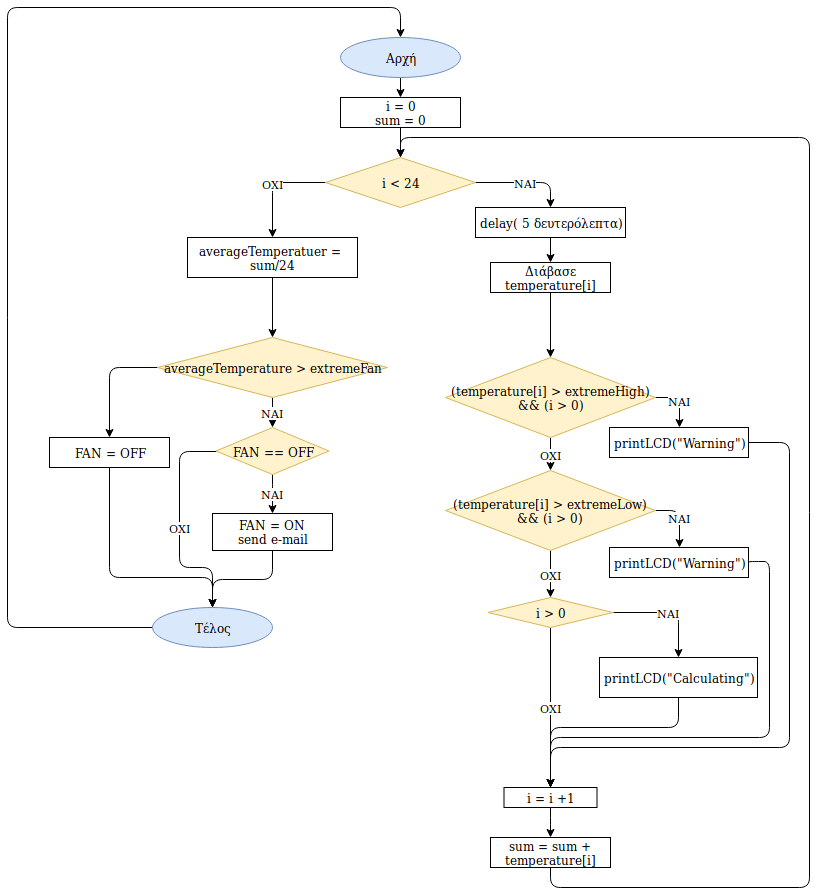
akdimitri/Microprocessors-and-Peripherals-Arduino-Project keeps this draw.io diagram as draw.io/thermostat-Wifi.png. Above is the earlier version. Source tidied: cells renumbered, new cells last; positions are measured from the earlier drawing's top-left corner, leaving out a move shared by most shapes. The source it was exported from:
```xml
<mxGraphModel>
  <root>
    <mxCell id="0" />
    <mxCell id="1" parent="0" />
    <mxCell id="2" value="i = 0&lt;br&gt;sum = 0&lt;br&gt;" style="rounded=0;whiteSpace=wrap;html=1;" parent="1" vertex="1">
      <mxGeometry x="333" y="90" width="120" height="30" as="geometry" />
    </mxCell>
    <mxCell id="3" value="NAI" style="edgeStyle=orthogonalEdgeStyle;rounded=1;jettySize=auto;html=1;exitX=1;exitY=0.5;exitDx=0;exitDy=0;entryX=0.5;entryY=0;entryDx=0;entryDy=0;" parent="1" edge="1" source="5" target="7">
      <mxGeometry relative="1" as="geometry" />
    </mxCell>
    <mxCell id="4" value="OXI" style="edgeStyle=orthogonalEdgeStyle;rounded=1;jettySize=auto;html=1;exitX=0;exitY=0.5;exitDx=0;exitDy=0;entryX=0.5;entryY=0;entryDx=0;entryDy=0;" parent="1" edge="1" source="5" target="16">
      <mxGeometry relative="1" as="geometry" />
    </mxCell>
    <mxCell id="5" value="i &amp;lt; 24" style="rhombus;whiteSpace=wrap;html=1;fillColor=#fff2cc;strokeColor=#d6b656;" parent="1" vertex="1">
      <mxGeometry x="318" y="150" width="150" height="50" as="geometry" />
    </mxCell>
    <mxCell id="6" style="endArrow=classic;html=1;exitX=0.5;exitY=1;exitDx=0;exitDy=0;entryX=0.5;entryY=0;entryDx=0;entryDy=0;" parent="1" edge="1" source="2" target="5">
      <mxGeometry relative="1" as="geometry" />
    </mxCell>
    <mxCell id="7" value="delay( 5 δευτερόλεπτα)" style="rounded=0;whiteSpace=wrap;html=1;" parent="1" vertex="1">
      <mxGeometry x="468" y="200" width="150" height="30" as="geometry" />
    </mxCell>
    <mxCell id="8" style="edgeStyle=orthogonalEdgeStyle;rounded=0;jettySize=auto;html=1;exitX=0.5;exitY=1;exitDx=0;exitDy=0;entryX=0.5;entryY=0;entryDx=0;entryDy=0;" parent="1" edge="1" source="9" target="24">
      <mxGeometry relative="1" as="geometry" />
    </mxCell>
    <mxCell id="9" value="Διάβασε temperature[i]" style="rounded=0;whiteSpace=wrap;html=1;" parent="1" vertex="1">
      <mxGeometry x="483" y="255" width="120" height="30" as="geometry" />
    </mxCell>
    <mxCell id="10" style="endArrow=classic;html=1;exitX=0.5;exitY=1;exitDx=0;exitDy=0;entryX=0.5;entryY=0;entryDx=0;entryDy=0;" parent="1" edge="1" source="7" target="9">
      <mxGeometry relative="1" as="geometry" />
    </mxCell>
    <mxCell id="11" style="edgeStyle=orthogonalEdgeStyle;rounded=0;orthogonalLoop=1;jettySize=auto;html=1;exitX=0.5;exitY=1;exitDx=0;exitDy=0;" parent="1" edge="1" source="9" target="9">
      <mxGeometry relative="1" as="geometry" />
    </mxCell>
    <mxCell id="12" style="edgeStyle=orthogonalEdgeStyle;rounded=1;jettySize=auto;html=1;exitX=0.5;exitY=1;exitDx=0;exitDy=0;" parent="1" edge="1" source="13" target="40">
      <mxGeometry relative="1" as="geometry" />
    </mxCell>
    <mxCell id="13" value="i = i +1" style="rounded=0;whiteSpace=wrap;html=1;" parent="1" vertex="1">
      <mxGeometry x="496.5" y="780" width="93" height="20" as="geometry" />
    </mxCell>
    <mxCell id="14" style="edgeStyle=orthogonalEdgeStyle;rounded=0;orthogonalLoop=1;jettySize=auto;html=1;exitX=0.5;exitY=1;exitDx=0;exitDy=0;" parent="1" edge="1">
      <mxGeometry relative="1" as="geometry">
        <mxPoint x="258" y="330" as="sourcePoint" />
        <mxPoint x="258" y="330" as="targetPoint" />
      </mxGeometry>
    </mxCell>
    <mxCell id="15" style="edgeStyle=orthogonalEdgeStyle;rounded=1;jettySize=auto;html=1;exitX=0.5;exitY=1;exitDx=0;exitDy=0;" parent="1" edge="1" source="16" target="19">
      <mxGeometry relative="1" as="geometry" />
    </mxCell>
    <mxCell id="16" value="averageTemperatuer =&amp;nbsp; sum/24" style="rounded=0;whiteSpace=wrap;html=1;" parent="1" vertex="1">
      <mxGeometry x="180" y="230" width="170" height="40" as="geometry" />
    </mxCell>
    <mxCell id="17" value="ΝΑΙ" style="edgeStyle=orthogonalEdgeStyle;rounded=1;jettySize=auto;html=1;exitX=0.5;exitY=1;exitDx=0;exitDy=0;" parent="1" edge="1" source="19" target="43">
      <mxGeometry relative="1" as="geometry" />
    </mxCell>
    <mxCell id="18" style="edgeStyle=orthogonalEdgeStyle;rounded=1;jettySize=auto;html=1;exitX=0;exitY=0.5;exitDx=0;exitDy=0;" parent="1" edge="1" source="19" target="47">
      <mxGeometry relative="1" as="geometry" />
    </mxCell>
    <mxCell id="19" value="averageTemperature &amp;gt; extremeFan" style="rhombus;whiteSpace=wrap;html=1;fillColor=#fff2cc;strokeColor=#d6b656;" parent="1" vertex="1">
      <mxGeometry x="150" y="330" width="230" height="60" as="geometry" />
    </mxCell>
    <mxCell id="20" style="edgeStyle=orthogonalEdgeStyle;rounded=1;jettySize=auto;html=1;exitX=0.5;exitY=1;exitDx=0;exitDy=0;entryX=0.5;entryY=0;entryDx=0;entryDy=0;" parent="1" edge="1" source="21" target="2">
      <mxGeometry relative="1" as="geometry" />
    </mxCell>
    <mxCell id="21" value="Αρχή" style="ellipse;whiteSpace=wrap;html=1;fillColor=#dae8fc;strokeColor=#6c8ebf;" parent="1" vertex="1">
      <mxGeometry x="333" y="30" width="120" height="40" as="geometry" />
    </mxCell>
    <mxCell id="22" value="NAI" style="edgeStyle=orthogonalEdgeStyle;rounded=1;jettySize=auto;html=1;exitX=1;exitY=0.5;exitDx=0;exitDy=0;entryX=0.5;entryY=0;entryDx=0;entryDy=0;" parent="1" edge="1" source="24" target="26">
      <mxGeometry relative="1" as="geometry" />
    </mxCell>
    <mxCell id="23" value="OXI" style="edgeStyle=orthogonalEdgeStyle;rounded=0;jettySize=auto;html=1;exitX=0.5;exitY=1;exitDx=0;exitDy=0;entryX=0.5;entryY=0;entryDx=0;entryDy=0;" parent="1" edge="1" source="24" target="36">
      <mxGeometry relative="1" as="geometry" />
    </mxCell>
    <mxCell id="24" value="(temperature[i] &amp;gt; extremeHigh)&lt;br&gt;&amp;amp;&amp;amp; (i &amp;gt; 0)" style="rhombus;whiteSpace=wrap;html=1;fillColor=#fff2cc;strokeColor=#d6b656;" parent="1" vertex="1">
      <mxGeometry x="438" y="350" width="210" height="80" as="geometry" />
    </mxCell>
    <mxCell id="25" style="edgeStyle=orthogonalEdgeStyle;rounded=1;jettySize=auto;html=1;exitX=1;exitY=0.5;exitDx=0;exitDy=0;entryX=0.5;entryY=0;entryDx=0;entryDy=0;" parent="1" edge="1" source="26" target="13">
      <mxGeometry relative="1" as="geometry">
        <Array as="points">
          <mxPoint x="782" y="435" />
          <mxPoint x="782" y="740" />
          <mxPoint x="543" y="740" />
        </Array>
      </mxGeometry>
    </mxCell>
    <mxCell id="26" value="printLCD(&quot;Warning&quot;)" style="rounded=0;whiteSpace=wrap;html=1;" parent="1" vertex="1">
      <mxGeometry x="602" y="420" width="139" height="30" as="geometry" />
    </mxCell>
    <mxCell id="27" style="edgeStyle=orthogonalEdgeStyle;rounded=1;jettySize=auto;html=1;exitX=1;exitY=0.5;exitDx=0;exitDy=0;entryX=0.5;entryY=0;entryDx=0;entryDy=0;" parent="1" edge="1" source="28" target="13">
      <mxGeometry relative="1" as="geometry">
        <Array as="points">
          <mxPoint x="762" y="554" />
          <mxPoint x="762" y="730" />
          <mxPoint x="543" y="730" />
        </Array>
      </mxGeometry>
    </mxCell>
    <mxCell id="28" value="printLCD(&quot;Warning&quot;)" style="rounded=0;whiteSpace=wrap;html=1;" parent="1" vertex="1">
      <mxGeometry x="602" y="540" width="139" height="30" as="geometry" />
    </mxCell>
    <mxCell id="29" value="OXI" style="edgeStyle=orthogonalEdgeStyle;rounded=1;jettySize=auto;html=1;exitX=0.5;exitY=1;exitDx=0;exitDy=0;entryX=0.5;entryY=0;entryDx=0;entryDy=0;" parent="1" edge="1" source="31" target="13">
      <mxGeometry relative="1" as="geometry" />
    </mxCell>
    <mxCell id="30" value="NAI" style="edgeStyle=orthogonalEdgeStyle;rounded=1;jettySize=auto;html=1;exitX=1;exitY=0.5;exitDx=0;exitDy=0;entryX=0.5;entryY=0;entryDx=0;entryDy=0;" parent="1" edge="1" source="31" target="38">
      <mxGeometry relative="1" as="geometry" />
    </mxCell>
    <mxCell id="31" value="i &amp;gt; 0" style="rhombus;whiteSpace=wrap;html=1;fillColor=#fff2cc;strokeColor=#d6b656;" parent="1" vertex="1">
      <mxGeometry x="480.5" y="590" width="125" height="30" as="geometry" />
    </mxCell>
    <mxCell id="32" style="edgeStyle=orthogonalEdgeStyle;rounded=1;jettySize=auto;html=1;exitX=0;exitY=0.5;exitDx=0;exitDy=0;entryX=0.5;entryY=0;entryDx=0;entryDy=0;" parent="1" edge="1" source="33" target="21">
      <mxGeometry relative="1" as="geometry">
        <Array as="points">
          <mxPoint y="620" />
          <mxPoint />
          <mxPoint x="393" />
        </Array>
      </mxGeometry>
    </mxCell>
    <mxCell id="33" value="Τέλος" style="ellipse;whiteSpace=wrap;html=1;fillColor=#dae8fc;strokeColor=#6c8ebf;" parent="1" vertex="1">
      <mxGeometry x="145" y="600" width="120" height="40" as="geometry" />
    </mxCell>
    <mxCell id="34" value="NAI" style="edgeStyle=orthogonalEdgeStyle;rounded=1;jettySize=auto;html=1;exitX=1;exitY=0.5;exitDx=0;exitDy=0;entryX=0.5;entryY=0;entryDx=0;entryDy=0;" parent="1" edge="1" source="36" target="28">
      <mxGeometry relative="1" as="geometry" />
    </mxCell>
    <mxCell id="35" value="OXI" style="edgeStyle=orthogonalEdgeStyle;rounded=1;jettySize=auto;html=1;exitX=0.5;exitY=1;exitDx=0;exitDy=0;" parent="1" edge="1" source="36" target="31">
      <mxGeometry relative="1" as="geometry" />
    </mxCell>
    <mxCell id="36" value="(temperature[i] &amp;gt; extremeLow)&lt;br&gt;&amp;amp;&amp;amp; (i &amp;gt; 0)" style="rhombus;whiteSpace=wrap;html=1;fillColor=#fff2cc;strokeColor=#d6b656;" parent="1" vertex="1">
      <mxGeometry x="438" y="463" width="210" height="80" as="geometry" />
    </mxCell>
    <mxCell id="37" style="edgeStyle=orthogonalEdgeStyle;rounded=1;jettySize=auto;html=1;exitX=0.5;exitY=1;exitDx=0;exitDy=0;entryX=0.5;entryY=0;entryDx=0;entryDy=0;" parent="1" edge="1" source="38" target="13">
      <mxGeometry relative="1" as="geometry">
        <Array as="points">
          <mxPoint x="671" y="720" />
          <mxPoint x="543" y="720" />
        </Array>
      </mxGeometry>
    </mxCell>
    <mxCell id="38" value="printLCD(&quot;Calculating&quot;)" style="rounded=0;whiteSpace=wrap;html=1;" parent="1" vertex="1">
      <mxGeometry x="592" y="650" width="158" height="40" as="geometry" />
    </mxCell>
    <mxCell id="39" style="edgeStyle=orthogonalEdgeStyle;rounded=1;jettySize=auto;html=1;exitX=0.5;exitY=1;exitDx=0;exitDy=0;entryX=0.5;entryY=0;entryDx=0;entryDy=0;" parent="1" edge="1" source="40" target="5">
      <mxGeometry relative="1" as="geometry">
        <Array as="points">
          <mxPoint x="543" y="880" />
          <mxPoint x="802" y="880" />
          <mxPoint x="802" y="130" />
          <mxPoint x="393" y="130" />
        </Array>
      </mxGeometry>
    </mxCell>
    <mxCell id="40" value="sum = sum + temperature[i]" style="rounded=0;whiteSpace=wrap;html=1;" parent="1" vertex="1">
      <mxGeometry x="483" y="830" width="120" height="30" as="geometry" />
    </mxCell>
    <mxCell id="41" value="ΝΑΙ" style="edgeStyle=orthogonalEdgeStyle;rounded=1;jettySize=auto;html=1;exitX=0.5;exitY=1;exitDx=0;exitDy=0;" parent="1" edge="1" source="43" target="45">
      <mxGeometry relative="1" as="geometry" />
    </mxCell>
    <mxCell id="42" value="ΟΧΙ" style="edgeStyle=orthogonalEdgeStyle;rounded=1;jettySize=auto;html=1;exitX=0;exitY=0.5;exitDx=0;exitDy=0;entryX=0.5;entryY=0;entryDx=0;entryDy=0;" parent="1" edge="1" source="43" target="33">
      <mxGeometry relative="1" as="geometry">
        <Array as="points">
          <mxPoint x="172" y="444" />
          <mxPoint x="172" y="560" />
          <mxPoint x="205" y="560" />
        </Array>
      </mxGeometry>
    </mxCell>
    <mxCell id="43" value="FAN == OFF" style="rhombus;whiteSpace=wrap;html=1;fillColor=#fff2cc;strokeColor=#d6b656;" parent="1" vertex="1">
      <mxGeometry x="208.5" y="420" width="113" height="47" as="geometry" />
    </mxCell>
    <mxCell id="44" style="edgeStyle=orthogonalEdgeStyle;rounded=1;jettySize=auto;html=1;exitX=0.5;exitY=1;exitDx=0;exitDy=0;" parent="1" edge="1" source="45" target="33">
      <mxGeometry relative="1" as="geometry" />
    </mxCell>
    <mxCell id="45" value="FAN = ON&lt;br&gt;send e-mail" style="rounded=0;whiteSpace=wrap;html=1;" parent="1" vertex="1">
      <mxGeometry x="205" y="506" width="120" height="37" as="geometry" />
    </mxCell>
    <mxCell id="46" style="edgeStyle=orthogonalEdgeStyle;rounded=1;jettySize=auto;html=1;exitX=0.5;exitY=1;exitDx=0;exitDy=0;" parent="1" edge="1" source="47" target="33">
      <mxGeometry relative="1" as="geometry">
        <Array as="points">
          <mxPoint x="102" y="570" />
          <mxPoint x="205" y="570" />
        </Array>
      </mxGeometry>
    </mxCell>
    <mxCell id="47" value="FAN = OFF" style="rounded=0;whiteSpace=wrap;html=1;" parent="1" vertex="1">
      <mxGeometry x="42" y="430" width="120" height="30" as="geometry" />
    </mxCell>
  </root>
</mxGraphModel>
```
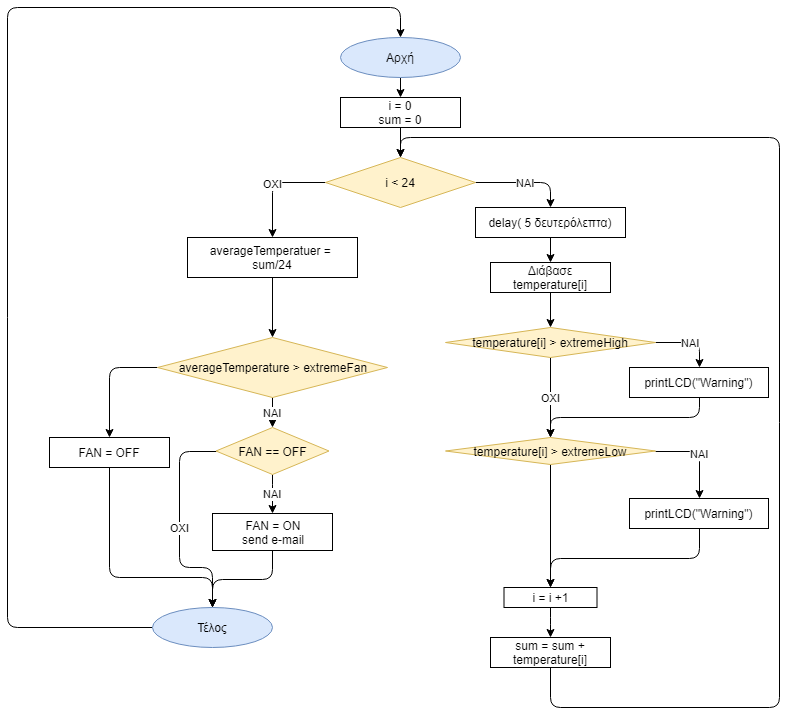
After the commit.

Commit message:
Simplified Diagrams

What changed in the source:
```diff
@@ -36,7 +36,7 @@
       <mxGeometry relative="1" as="geometry" />
     </mxCell>
     <mxCell id="13" value="i = i +1" style="rounded=0;whiteSpace=wrap;html=1;" parent="1" vertex="1">
-      <mxGeometry x="496.5" y="780" width="93" height="20" as="geometry" />
+      <mxGeometry x="496.5" y="580" width="93" height="20" as="geometry" />
     </mxCell>
     <mxCell id="14" style="edgeStyle=orthogonalEdgeStyle;rounded=0;orthogonalLoop=1;jettySize=auto;html=1;exitX=0.5;exitY=1;exitDx=0;exitDy=0;" parent="1" edge="1">
       <mxGeometry relative="1" as="geometry">
@@ -71,42 +71,21 @@
     <mxCell id="23" value="OXI" style="edgeStyle=orthogonalEdgeStyle;rounded=0;jettySize=auto;html=1;exitX=0.5;exitY=1;exitDx=0;exitDy=0;entryX=0.5;entryY=0;entryDx=0;entryDy=0;" parent="1" edge="1" source="24" target="36">
       <mxGeometry relative="1" as="geometry" />
     </mxCell>
-    <mxCell id="24" value="(temperature[i] &amp;gt; extremeHigh)&lt;br&gt;&amp;amp;&amp;amp; (i &amp;gt; 0)" style="rhombus;whiteSpace=wrap;html=1;fillColor=#fff2cc;strokeColor=#d6b656;" parent="1" vertex="1">
-      <mxGeometry x="438" y="350" width="210" height="80" as="geometry" />
+    <mxCell id="24" value="temperature[i] &amp;gt; extremeHigh&lt;br&gt;" style="rhombus;whiteSpace=wrap;html=1;fillColor=#fff2cc;strokeColor=#d6b656;" parent="1" vertex="1">
+      <mxGeometry x="438" y="320" width="210" height="30" as="geometry" />
     </mxCell>
-    <mxCell id="25" style="edgeStyle=orthogonalEdgeStyle;rounded=1;jettySize=auto;html=1;exitX=1;exitY=0.5;exitDx=0;exitDy=0;entryX=0.5;entryY=0;entryDx=0;entryDy=0;" parent="1" edge="1" source="26" target="13">
-      <mxGeometry relative="1" as="geometry">
-        <Array as="points">
-          <mxPoint x="782" y="435" />
-          <mxPoint x="782" y="740" />
-          <mxPoint x="543" y="740" />
-        </Array>
-      </mxGeometry>
-    </mxCell>
+    <mxCell id="48" style="edgeStyle=orthogonalEdgeStyle;rounded=1;jettySize=auto;html=1;exitX=0.5;exitY=1;exitDx=0;exitDy=0;" parent="1" edge="1" source="26" target="36">
+      <mxGeometry relative="1" as="geometry" />
+    </mxCell>
     <mxCell id="26" value="printLCD(&quot;Warning&quot;)" style="rounded=0;whiteSpace=wrap;html=1;" parent="1" vertex="1">
-      <mxGeometry x="602" y="420" width="139" height="30" as="geometry" />
+      <mxGeometry x="622" y="360" width="139" height="30" as="geometry" />
     </mxCell>
-    <mxCell id="27" style="edgeStyle=orthogonalEdgeStyle;rounded=1;jettySize=auto;html=1;exitX=1;exitY=0.5;exitDx=0;exitDy=0;entryX=0.5;entryY=0;entryDx=0;entryDy=0;" parent="1" edge="1" source="28" target="13">
-      <mxGeometry relative="1" as="geometry">
-        <Array as="points">
-          <mxPoint x="762" y="554" />
-          <mxPoint x="762" y="730" />
-          <mxPoint x="543" y="730" />
-        </Array>
-      </mxGeometry>
+    <mxCell id="27" style="edgeStyle=orthogonalEdgeStyle;rounded=1;jettySize=auto;html=1;exitX=0.5;exitY=1;exitDx=0;exitDy=0;entryX=0.5;entryY=0;entryDx=0;entryDy=0;" parent="1" edge="1" source="28" target="13">
+      <mxGeometry relative="1" as="geometry" />
     </mxCell>
     <mxCell id="28" value="printLCD(&quot;Warning&quot;)" style="rounded=0;whiteSpace=wrap;html=1;" parent="1" vertex="1">
-      <mxGeometry x="602" y="540" width="139" height="30" as="geometry" />
+      <mxGeometry x="622" y="491" width="139" height="30" as="geometry" />
     </mxCell>
-    <mxCell id="29" value="OXI" style="edgeStyle=orthogonalEdgeStyle;rounded=1;jettySize=auto;html=1;exitX=0.5;exitY=1;exitDx=0;exitDy=0;entryX=0.5;entryY=0;entryDx=0;entryDy=0;" parent="1" edge="1" source="31" target="13">
-      <mxGeometry relative="1" as="geometry" />
-    </mxCell>
-    <mxCell id="30" value="NAI" style="edgeStyle=orthogonalEdgeStyle;rounded=1;jettySize=auto;html=1;exitX=1;exitY=0.5;exitDx=0;exitDy=0;entryX=0.5;entryY=0;entryDx=0;entryDy=0;" parent="1" edge="1" source="31" target="38">
-      <mxGeometry relative="1" as="geometry" />
-    </mxCell>
-    <mxCell id="31" value="i &amp;gt; 0" style="rhombus;whiteSpace=wrap;html=1;fillColor=#fff2cc;strokeColor=#d6b656;" parent="1" vertex="1">
-      <mxGeometry x="480.5" y="590" width="125" height="30" as="geometry" />
-    </mxCell>
     <mxCell id="32" style="edgeStyle=orthogonalEdgeStyle;rounded=1;jettySize=auto;html=1;exitX=0;exitY=0.5;exitDx=0;exitDy=0;entryX=0.5;entryY=0;entryDx=0;entryDy=0;" parent="1" edge="1" source="33" target="21">
       <mxGeometry relative="1" as="geometry">
         <Array as="points">
@@ -122,35 +101,24 @@
     <mxCell id="34" value="NAI" style="edgeStyle=orthogonalEdgeStyle;rounded=1;jettySize=auto;html=1;exitX=1;exitY=0.5;exitDx=0;exitDy=0;entryX=0.5;entryY=0;entryDx=0;entryDy=0;" parent="1" edge="1" source="36" target="28">
       <mxGeometry relative="1" as="geometry" />
     </mxCell>
-    <mxCell id="35" value="OXI" style="edgeStyle=orthogonalEdgeStyle;rounded=1;jettySize=auto;html=1;exitX=0.5;exitY=1;exitDx=0;exitDy=0;" parent="1" edge="1" source="36" target="31">
-      <mxGeometry relative="1" as="geometry" />
-    </mxCell>
+    <mxCell id="49" style="edgeStyle=orthogonalEdgeStyle;rounded=1;jettySize=auto;html=1;exitX=0.5;exitY=1;exitDx=0;exitDy=0;entryX=0.5;entryY=0;entryDx=0;entryDy=0;" parent="1" edge="1" source="36" target="13">
+      <mxGeometry relative="1" as="geometry" />
+    </mxCell>
-    <mxCell id="36" value="(temperature[i] &amp;gt; extremeLow)&lt;br&gt;&amp;amp;&amp;amp; (i &amp;gt; 0)" style="rhombus;whiteSpace=wrap;html=1;fillColor=#fff2cc;strokeColor=#d6b656;" parent="1" vertex="1">
-      <mxGeometry x="438" y="463" width="210" height="80" as="geometry" />
+    <mxCell id="36" value="temperature[i] &amp;gt; extremeLow&lt;br&gt;" style="rhombus;whiteSpace=wrap;html=1;fillColor=#fff2cc;strokeColor=#d6b656;" parent="1" vertex="1">
+      <mxGeometry x="438" y="430" width="210" height="27" as="geometry" />
     </mxCell>
-    <mxCell id="37" style="edgeStyle=orthogonalEdgeStyle;rounded=1;jettySize=auto;html=1;exitX=0.5;exitY=1;exitDx=0;exitDy=0;entryX=0.5;entryY=0;entryDx=0;entryDy=0;" parent="1" edge="1" source="38" target="13">
-      <mxGeometry relative="1" as="geometry">
-        <Array as="points">
-          <mxPoint x="671" y="720" />
-          <mxPoint x="543" y="720" />
-        </Array>
-      </mxGeometry>
-    </mxCell>
-    <mxCell id="38" value="printLCD(&quot;Calculating&quot;)" style="rounded=0;whiteSpace=wrap;html=1;" parent="1" vertex="1">
-      <mxGeometry x="592" y="650" width="158" height="40" as="geometry" />
-    </mxCell>
     <mxCell id="39" style="edgeStyle=orthogonalEdgeStyle;rounded=1;jettySize=auto;html=1;exitX=0.5;exitY=1;exitDx=0;exitDy=0;entryX=0.5;entryY=0;entryDx=0;entryDy=0;" parent="1" edge="1" source="40" target="5">
       <mxGeometry relative="1" as="geometry">
         <Array as="points">
-          <mxPoint x="543" y="880" />
-          <mxPoint x="802" y="880" />
-          <mxPoint x="802" y="130" />
+          <mxPoint x="543" y="700" />
+          <mxPoint x="772" y="700" />
+          <mxPoint x="772" y="130" />
           <mxPoint x="393" y="130" />
         </Array>
       </mxGeometry>
     </mxCell>
     <mxCell id="40" value="sum = sum + temperature[i]" style="rounded=0;whiteSpace=wrap;html=1;" parent="1" vertex="1">
-      <mxGeometry x="483" y="830" width="120" height="30" as="geometry" />
+      <mxGeometry x="483" y="630" width="120" height="30" as="geometry" />
     </mxCell>
     <mxCell id="41" value="ΝΑΙ" style="edgeStyle=orthogonalEdgeStyle;rounded=1;jettySize=auto;html=1;exitX=0.5;exitY=1;exitDx=0;exitDy=0;" parent="1" edge="1" source="43" target="45">
       <mxGeometry relative="1" as="geometry" />
```
